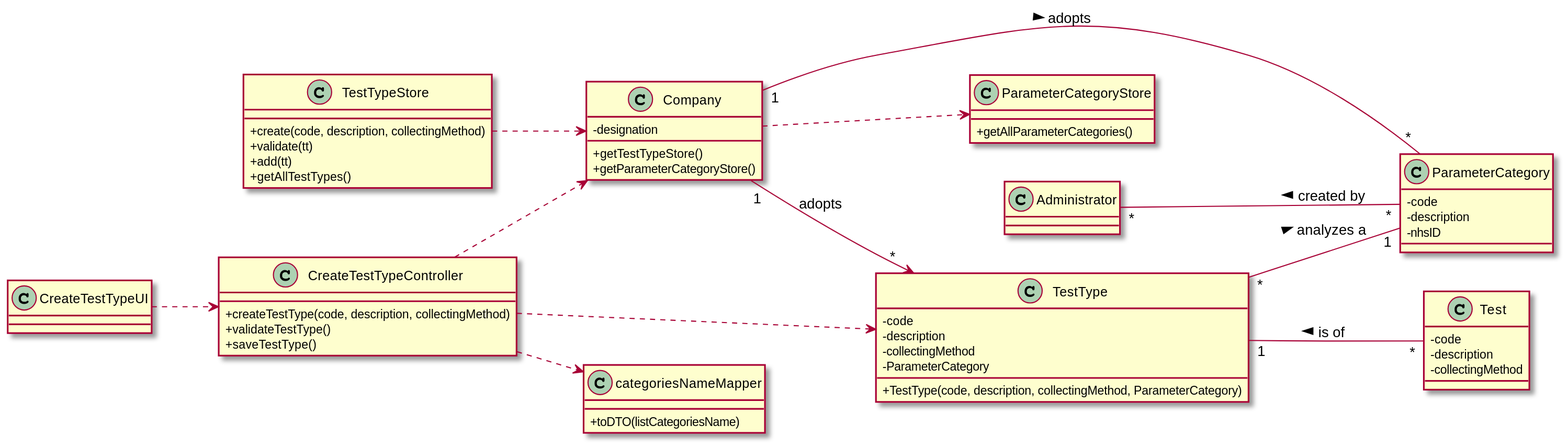
Earlier version of the PlantUML export docs/SprintB/US09/US09-CD.svg (0franciscor/lei-21-s2-1de-g19).
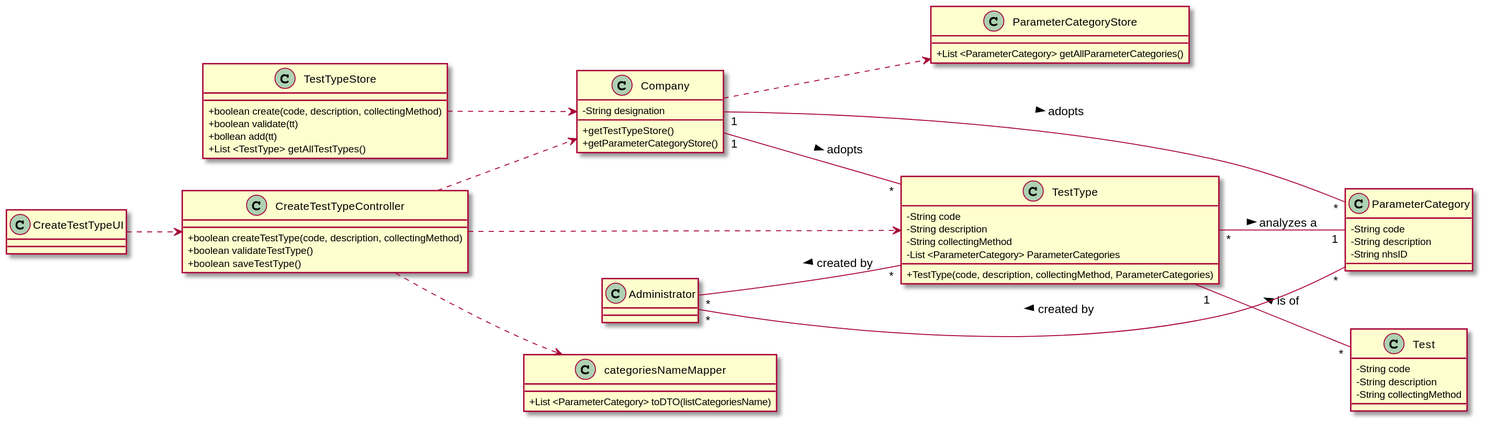
The same diagram one commit later.

What changed in the source:
```diff
@@ -3,55 +3,56 @@
 left to right direction
 
 class "Company" as C {
--designation
+-String designation
 +getTestTypeStore()
 +getParameterCategoryStore()
 }
 
 class "categoriesNameMapper" as cNM {
-+toDTO(listCategoriesName)
++List <ParameterCategory> toDTO(listCategoriesName)
 }
 
 class "TestTypeStore" as TTS{
-+create(code, description, collectingMethod)
-+validate(tt)
-+add(tt)
-+getAllTestTypes()
++boolean create(code, description, collectingMethod)
++boolean validate(tt)
++bollean add(tt)
++List <TestType> getAllTestTypes()
 }
 
 class "ParameterCategoryStore" as PCS{
-+getAllParameterCategories()
++List <ParameterCategory> getAllParameterCategories()
 }
 
 class "TestType" as TT {
--code
--description
--collectingMethod
--ParameterCategory
-+TestType(code, description, collectingMethod, ParameterCategory)
+-String code
+-String description
+-String collectingMethod
+-List <ParameterCategory> ParameterCategories
++TestType(code, description, collectingMethod, ParameterCategories)
 }
 
 class "CreateTestTypeController" as CTTC {
-+createTestType(code, description, collectingMethod)
-+validateTestType()
-+saveTestType()
++boolean createTestType(code, description, collectingMethod)
++boolean validateTestType()
++boolean saveTestType()
 }
 
 class "Test" as T{
--code
--description
--collectingMethod
+-String code
+-String description
+-String collectingMethod
 }
 
 class "ParameterCategory" as PC{
--code
--description
--nhsID
+-String code
+-String description
+-String nhsID
 }
 
 class "CreateTestTypeUI" as CTTUI
 class "TestType" as TT
 class "CreateTestTypeController" as CTTC
+class "Administrator" as admin
 
 CTTUI ..> CTTC
 
@@ -63,11 +64,16 @@
 CTTC ..> C
 CTTC ..> cNM
 
+
 TT "1" -- "*" T: < is of
+TT "*" -- "1" PC : > analyzes a
 
-C "1" --> "*" TT : adopts
+C "1" -- "*" TT : > adopts
+C "1" -- "*" PC : > adopts
 
-Administrator "*" -- "*" PC : < created by
-TT "*" -- "1" PC : > analyzes a
-C "1" -- "*" PC : > adopts
+admin "*" -- "*" PC : < created by
+
+admin "*" -- "*" TT : < created by
+
+
 @enduml
```
